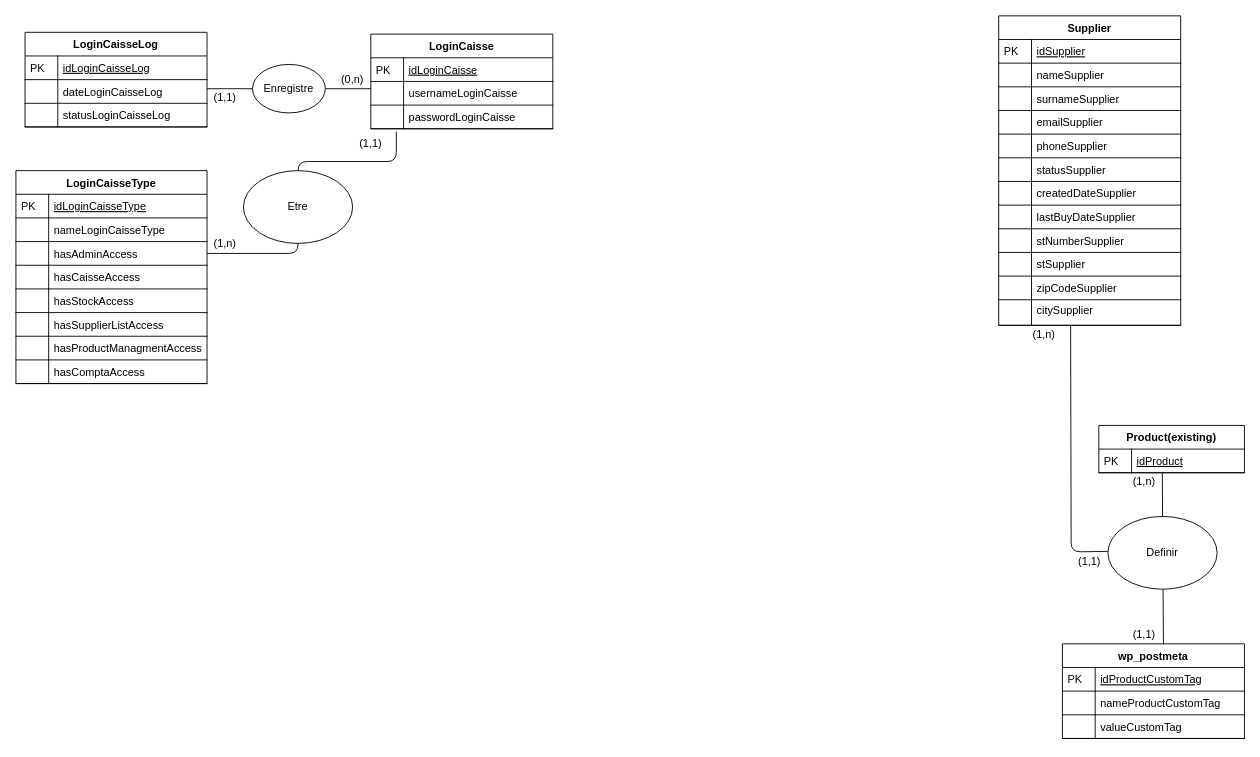
The draw.io diagram TijaraShop-WP-MCD/mld-tijarashop.drawio in RomualdLewandoski/Groupe6, before the edit. Source tidied: cells renumbered, new cells numbered last; positions are measured from the earlier drawing's top-left corner, leaving out a move shared by most shapes. Both pictures are drawn from the tidied source at 91%, with x=0, y=0 at pixel (15, 15).
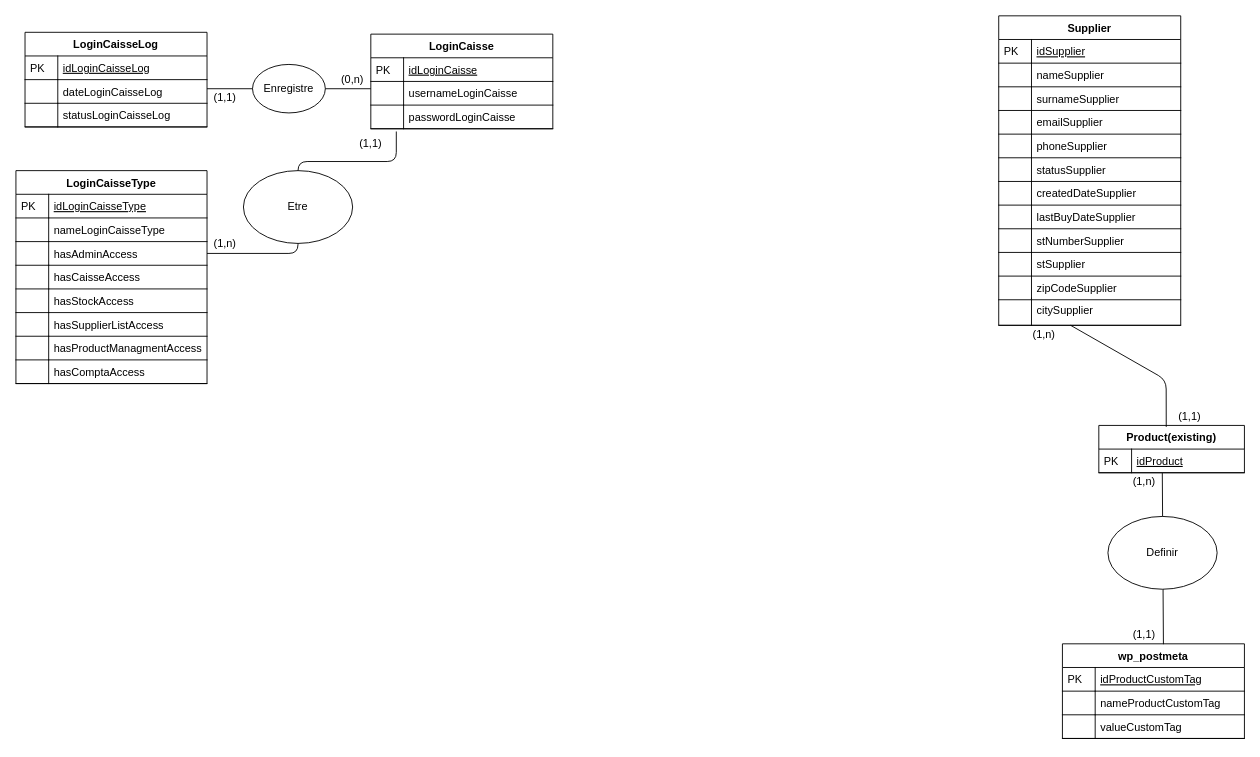
After the change.

The change refers to these unchanged cells:
```xml
<mxCell id="2" value="Product(existing)" style="swimlane;fontStyle=1;horizontal=1;startSize=26;rounded=0;shadow=0;strokeWidth=1;" parent="1" vertex="1">
  <mxGeometry x="1190" y="450" width="160" height="52" as="geometry" />
</mxCell>
<mxCell id="35" value="citySupplier" style="shape=partialRectangle;top=0;left=0;right=0;bottom=1;align=left;verticalAlign=top;fillColor=none;spacingLeft=40;spacingRight=4;overflow=hidden;points=[[0,0.5],[1,0.5]];portConstraint=eastwest;rounded=0;shadow=0;strokeWidth=1;fontStyle=0;" parent="1" vertex="1">
  <mxGeometry x="1080" y="310" width="200" height="30" as="geometry" />
</mxCell>
```

Change to the diagram source:
```diff
@@
     <mxCell id="42" value="(1,1)" style="text;html=1;strokeColor=none;fillColor=none;align=center;verticalAlign=middle;whiteSpace=wrap;rounded=0;" parent="1" vertex="1">
-      <mxGeometry x="1160" y="590" width="40" height="20" as="geometry" />
+      <mxGeometry x="1270" y="430" width="40" height="20" as="geometry" />
     </mxCell>
@@
-    <mxCell id="82" style="endArrow=none;html=1;exitX=0.002;exitY=0.285;exitDx=0;exitDy=0;exitPerimeter=0;entryX=0.395;entryY=1;entryDx=0;entryDy=0;entryPerimeter=0;" parent="1" edge="1" target="35">
+    <mxCell id="82" style="endArrow=none;html=1;exitX=0.463;exitY=0.031;exitDx=0;exitDy=0;entryX=0.395;entryY=1;entryDx=0;entryDy=0;entryPerimeter=0;exitPerimeter=0;" parent="1" edge="1" source="2" target="35">
       <mxGeometry relative="1" as="geometry">
-        <mxPoint x="1200" y="588.4" as="sourcePoint" />
         <Array as="points">
-          <mxPoint x="1159.6" y="589" />
+          <mxPoint x="1264" y="400" />
         </Array>
       </mxGeometry>
     </mxCell>
```
